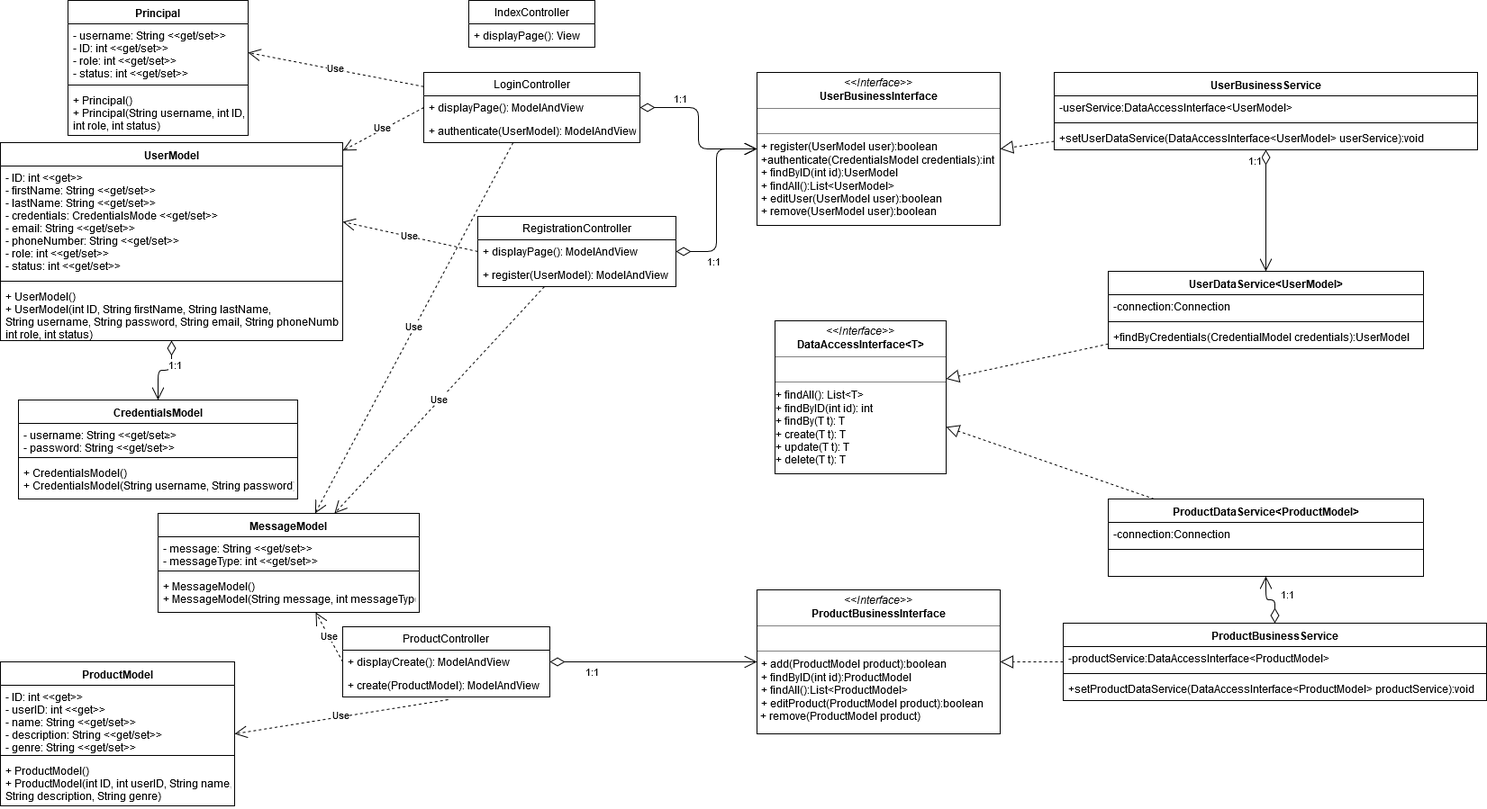
Earlier version of the draw.io export Documentation/UMLs/uml.png (BradyBerner/SpringCLC). Source tidied: cells renumbered, new cells last; positions are measured from the earlier drawing's top-left corner, leaving out a move shared by most shapes.
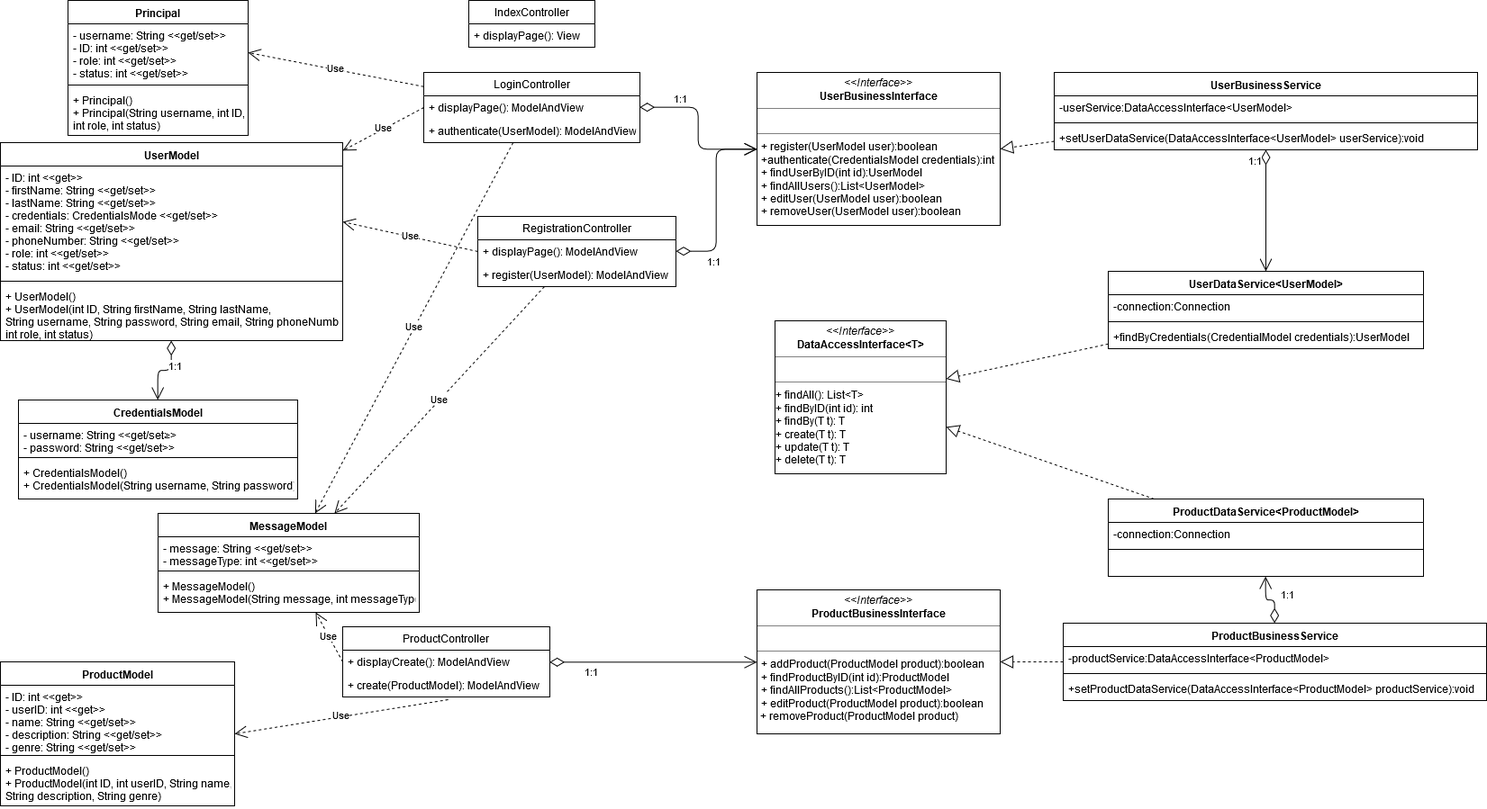
The same file after the commit.

Diff of the diagram source:
```diff
@@ -95,13 +95,13 @@
     <mxCell id="32" value="Use" style="endArrow=open;endSize=12;dashed=1;html=1;exitX=0;exitY=0.5;exitDx=0;exitDy=0;" parent="1" edge="1" source="25" target="28">
       <mxGeometry relative="1" as="geometry" />
     </mxCell>
-    <mxCell id="33" value="&lt;p style=&quot;margin: 0px ; margin-top: 4px ; text-align: center&quot;&gt;&lt;i&gt;&amp;lt;&amp;lt;Interface&amp;gt;&amp;gt;&lt;/i&gt;&lt;br&gt;&lt;b&gt;ProductBusinessInterface&lt;/b&gt;&lt;/p&gt;&lt;hr size=&quot;1&quot;&gt;&lt;br&gt;&lt;hr size=&quot;1&quot;&gt;&lt;p style=&quot;margin: 0px ; margin-left: 4px&quot;&gt;+ add(ProductModel product):boolean&lt;/p&gt;&lt;p style=&quot;margin: 0px ; margin-left: 4px&quot;&gt;+ findByID(int id):ProductModel&lt;/p&gt;&lt;p style=&quot;margin: 0px ; margin-left: 4px&quot;&gt;+ findAll():List&amp;lt;ProductModel&amp;gt;&lt;/p&gt;&lt;p style=&quot;margin: 0px ; margin-left: 4px&quot;&gt;+ editProduct(ProductModel product):boolean&lt;/p&gt;&amp;nbsp;+ remove(ProductModel product)" style="verticalAlign=top;align=left;overflow=fill;fontSize=12;fontFamily=Helvetica;html=1;" parent="1" vertex="1">
+    <mxCell id="33" value="&lt;p style=&quot;margin: 0px ; margin-top: 4px ; text-align: center&quot;&gt;&lt;i&gt;&amp;lt;&amp;lt;Interface&amp;gt;&amp;gt;&lt;/i&gt;&lt;br&gt;&lt;b&gt;ProductBusinessInterface&lt;/b&gt;&lt;/p&gt;&lt;hr size=&quot;1&quot;&gt;&lt;br&gt;&lt;hr size=&quot;1&quot;&gt;&lt;p style=&quot;margin: 0px ; margin-left: 4px&quot;&gt;+ addProduct(ProductModel product):boolean&lt;/p&gt;&lt;p style=&quot;margin: 0px ; margin-left: 4px&quot;&gt;+ findProductByID(int id):ProductModel&lt;/p&gt;&lt;p style=&quot;margin: 0px ; margin-left: 4px&quot;&gt;+ findAllProducts():List&amp;lt;ProductModel&amp;gt;&lt;/p&gt;&lt;p style=&quot;margin: 0px ; margin-left: 4px&quot;&gt;+ editProduct(ProductModel product):boolean&lt;/p&gt;&amp;nbsp;+ removeProduct(ProductModel product)" style="verticalAlign=top;align=left;overflow=fill;fontSize=12;fontFamily=Helvetica;html=1;" parent="1" vertex="1">
       <mxGeometry x="840" y="655" width="270" height="160" as="geometry" />
     </mxCell>
     <mxCell id="34" value="&lt;p style=&quot;margin: 0px ; margin-top: 4px ; text-align: center&quot;&gt;&lt;i&gt;&amp;lt;&amp;lt;Interface&amp;gt;&amp;gt;&lt;/i&gt;&lt;br&gt;&lt;b&gt;DataAccessInterface&amp;lt;T&amp;gt;&lt;/b&gt;&lt;/p&gt;&lt;hr size=&quot;1&quot;&gt;&lt;p style=&quot;margin: 0px ; margin-left: 4px&quot;&gt;&lt;br&gt;&lt;/p&gt;&lt;hr size=&quot;1&quot;&gt;+ findAll(): List&amp;lt;T&amp;gt;&lt;br&gt;+ findByID(int id): int&lt;br&gt;+ findBy(T t): T&lt;br&gt;+ create(T t): T&lt;br&gt;+ update(T t): T&lt;br&gt;+ delete(T t): T" style="verticalAlign=top;align=left;overflow=fill;fontSize=12;fontFamily=Helvetica;html=1;" parent="1" vertex="1">
       <mxGeometry x="860" y="356" width="190" height="170" as="geometry" />
     </mxCell>
-    <mxCell id="35" value="&lt;p style=&quot;margin: 0px ; margin-top: 4px ; text-align: center&quot;&gt;&lt;i&gt;&amp;lt;&amp;lt;Interface&amp;gt;&amp;gt;&lt;/i&gt;&lt;br&gt;&lt;b&gt;UserBusinessInterface&lt;/b&gt;&lt;/p&gt;&lt;hr size=&quot;1&quot;&gt;&lt;br&gt;&lt;hr size=&quot;1&quot;&gt;&lt;p style=&quot;margin: 0px ; margin-left: 4px&quot;&gt;+ register(UserModel user):boolean&lt;/p&gt;&lt;p style=&quot;margin: 0px ; margin-left: 4px&quot;&gt;+authenticate(CredentialsModel credentials):int&lt;/p&gt;&lt;p style=&quot;margin: 0px ; margin-left: 4px&quot;&gt;+ findByID(int id):UserModel&lt;/p&gt;&lt;p style=&quot;margin: 0px ; margin-left: 4px&quot;&gt;+ findAll():List&amp;lt;UserModel&amp;gt;&lt;/p&gt;&lt;p style=&quot;margin: 0px ; margin-left: 4px&quot;&gt;+ editUser(UserModel user):boolean&lt;/p&gt;&lt;p style=&quot;margin: 0px ; margin-left: 4px&quot;&gt;+ remove(UserModel user):boolean&lt;br&gt;&lt;/p&gt;" style="verticalAlign=top;align=left;overflow=fill;fontSize=12;fontFamily=Helvetica;html=1;" parent="1" vertex="1">
+    <mxCell id="35" value="&lt;p style=&quot;margin: 0px ; margin-top: 4px ; text-align: center&quot;&gt;&lt;i&gt;&amp;lt;&amp;lt;Interface&amp;gt;&amp;gt;&lt;/i&gt;&lt;br&gt;&lt;b&gt;UserBusinessInterface&lt;/b&gt;&lt;/p&gt;&lt;hr size=&quot;1&quot;&gt;&lt;br&gt;&lt;hr size=&quot;1&quot;&gt;&lt;p style=&quot;margin: 0px ; margin-left: 4px&quot;&gt;+ register(UserModel user):boolean&lt;/p&gt;&lt;p style=&quot;margin: 0px ; margin-left: 4px&quot;&gt;+authenticate(CredentialsModel credentials):int&lt;/p&gt;&lt;p style=&quot;margin: 0px ; margin-left: 4px&quot;&gt;+ findUserByID(int id):UserModel&lt;/p&gt;&lt;p style=&quot;margin: 0px ; margin-left: 4px&quot;&gt;+ findAllUsers():List&amp;lt;UserModel&amp;gt;&lt;/p&gt;&lt;p style=&quot;margin: 0px ; margin-left: 4px&quot;&gt;+ editUser(UserModel user):boolean&lt;/p&gt;&lt;p style=&quot;margin: 0px ; margin-left: 4px&quot;&gt;+ removeUser(UserModel user):boolean&lt;br&gt;&lt;/p&gt;" style="verticalAlign=top;align=left;overflow=fill;fontSize=12;fontFamily=Helvetica;html=1;" parent="1" vertex="1">
       <mxGeometry x="840" y="80" width="270" height="170" as="geometry" />
     </mxCell>
     <mxCell id="36" value="ProductBusinessService" style="swimlane;fontStyle=1;align=center;verticalAlign=top;horizontal=1;startSize=26;" parent="1" vertex="1">
```
